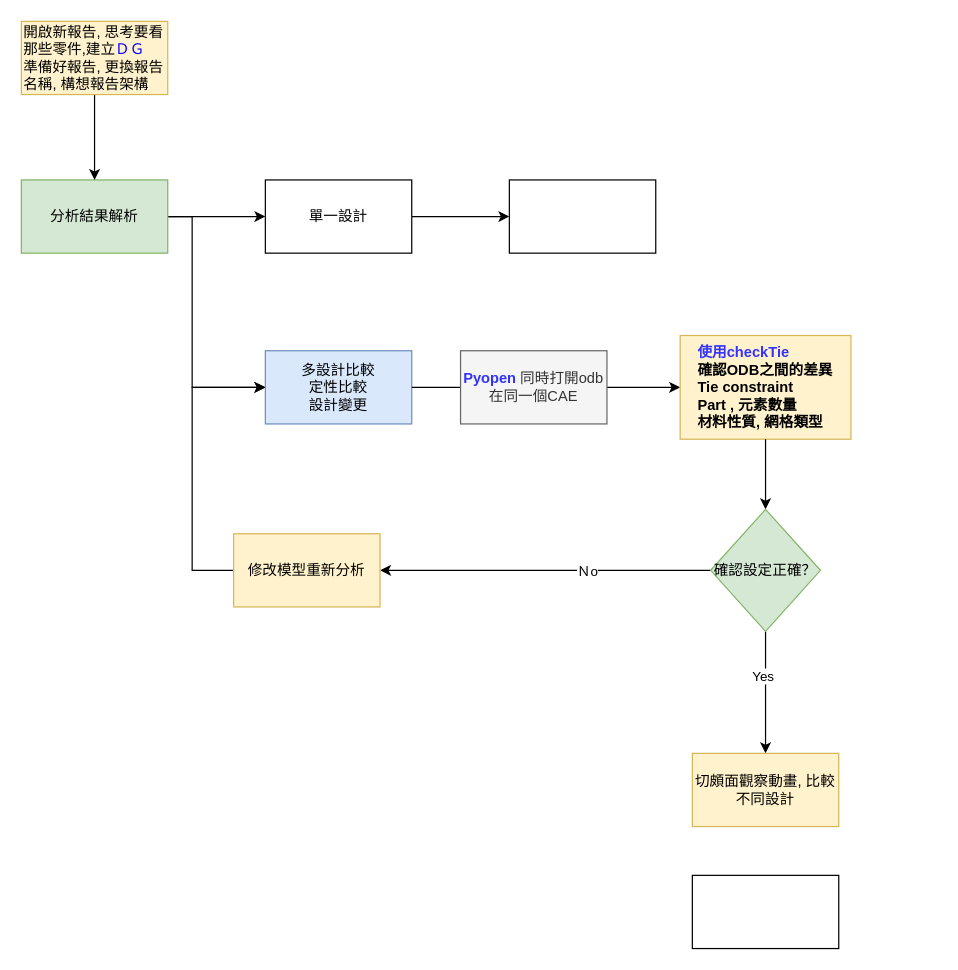
This is page "結果分析" (3 of 5) of CAE_process.drawio from TerryChan726/draw_io, a draw.io file, before an edit. Source tidied: cells renumbered, new cells numbered last; positions are measured from the earlier drawing's top-left corner, leaving out a move shared by most shapes. Both pictures are drawn from the tidied source at 122%, with x=0, y=0 at pixel (21, 21).
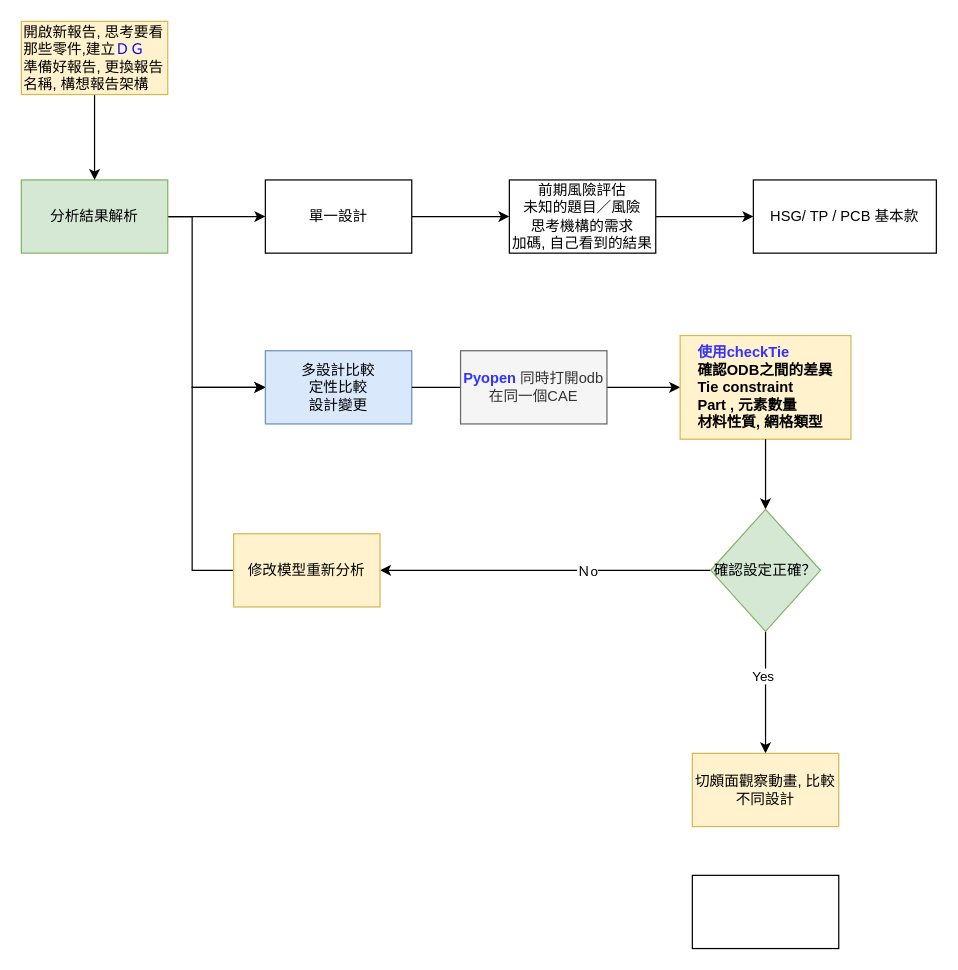
The same diagram, later.

Diff of the diagram source:
```diff
@@
+    <mxCell id="24" style="edgeStyle=orthogonalEdgeStyle;rounded=0;jettySize=auto;html=1;" parent="1" edge="1" source="13" target="25">
+      <mxGeometry relative="1" as="geometry" />
+    </mxCell>
-    <mxCell id="13" style="whiteSpace=wrap;html=1;rounded=0;" parent="1" vertex="1">
+    <mxCell id="13" value="前期風險評估&lt;div&gt;未知的題目／風險&lt;/div&gt;&lt;div&gt;思考機構的需求&lt;/div&gt;&lt;div&gt;加碼, 自己看到的結果&lt;/div&gt;" style="whiteSpace=wrap;html=1;rounded=0;" parent="1" vertex="1">
       <mxGeometry x="400" y="130" width="120" height="60" as="geometry" />
     </mxCell>
@@
+    <mxCell id="25" value="HSG/ TP / PCB 基本款" style="whiteSpace=wrap;html=1;rounded=0;" parent="1" vertex="1">
+      <mxGeometry x="600" y="130" width="150" height="60" as="geometry" />
+    </mxCell>
```
